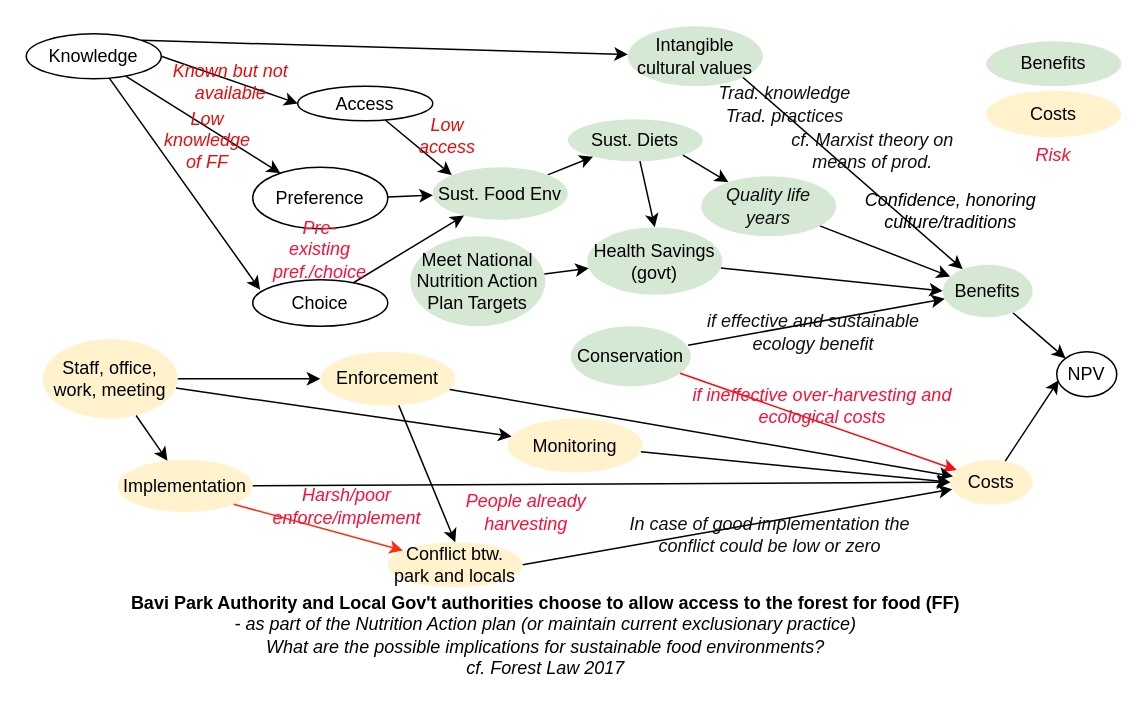
Earlier version of the draw.io diagram Untitled Diagram.drawio (CWWhitney/bavi-forest-access). Source tidied: cells renumbered, new cells numbered last; positions are measured from the earlier drawing's top-left corner, leaving out a move shared by most shapes. Both pictures are drawn from the tidied source at 150%, with x=0, y=0 at pixel (26, 26).
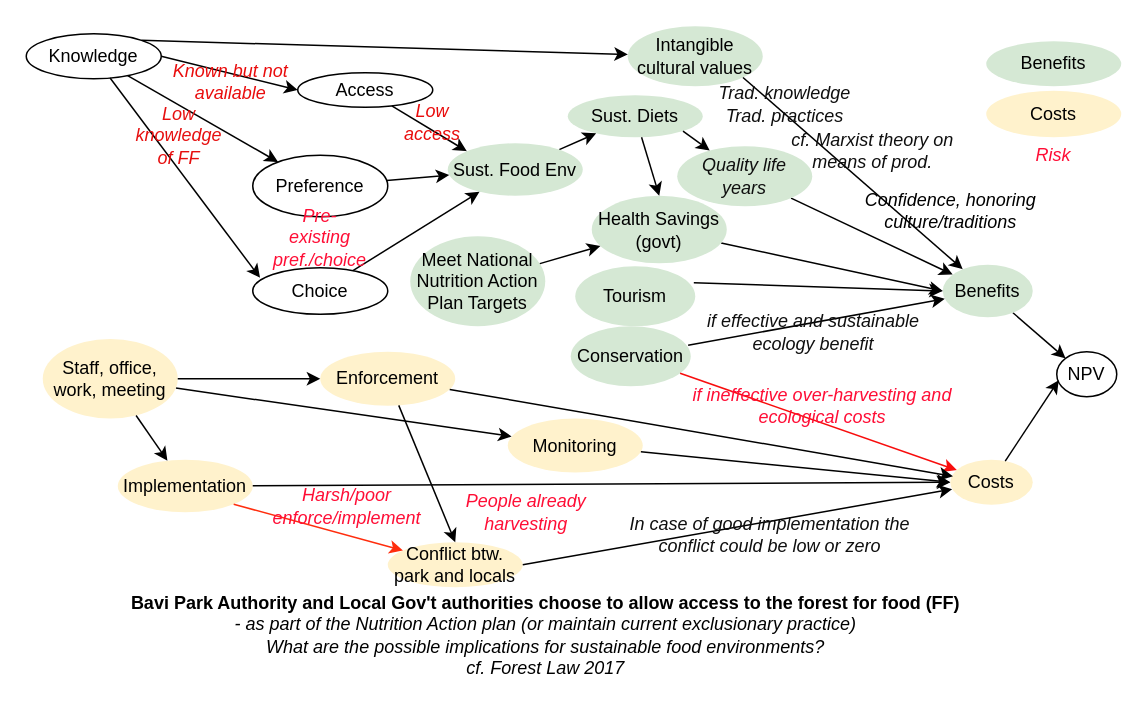
Above is the later version.

Commit message:
Add tourism benefit

The change refers to these unchanged cells:
```xml
<mxCell id="19" value="Benefits" style="ellipse;whiteSpace=wrap;html=1;fillColor=#d5e8d4;strokeColor=none;" parent="1" vertex="1">
  <mxGeometry x="611" y="159" width="60" height="35" as="geometry" />
</mxCell>
```

What changed in the source:
```diff
@@
     <mxCell id="4" value="Sust. Diets" style="ellipse;whiteSpace=wrap;html=1;fillColor=#d5e8d4;strokeColor=none;" parent="1" vertex="1">
-      <mxGeometry x="361" y="62" width="90" height="28" as="geometry" />
+      <mxGeometry x="361" y="46" width="90" height="28" as="geometry" />
     </mxCell>
@@
     <mxCell id="6" value="Sust. Food Env" style="ellipse;whiteSpace=wrap;html=1;fillColor=#d5e8d4;strokeColor=none;" parent="1" vertex="1">
-      <mxGeometry x="271" y="94" width="90" height="35" as="geometry" />
+      <mxGeometry x="281" y="78" width="90" height="35" as="geometry" />
     </mxCell>
@@
     <mxCell id="8" value="&lt;span style=&quot;color: rgb(15, 15, 15); font-style: italic;&quot;&gt;Quality life years&lt;/span&gt;" style="ellipse;whiteSpace=wrap;html=1;fillColor=#d5e8d4;strokeColor=none;" parent="1" vertex="1">
-      <mxGeometry x="450" y="100" width="90" height="40" as="geometry" />
+      <mxGeometry x="434" y="80" width="90" height="40" as="geometry" />
     </mxCell>
@@
     <mxCell id="10" value="Health Savings (govt)" style="ellipse;whiteSpace=wrap;html=1;fillColor=#d5e8d4;strokeColor=none;" parent="1" vertex="1">
-      <mxGeometry x="374" y="134" width="90" height="45" as="geometry" />
+      <mxGeometry x="377" y="113" width="90" height="45" as="geometry" />
     </mxCell>
@@
     <mxCell id="12" value="Access" style="ellipse;whiteSpace=wrap;html=1;" parent="1" vertex="1">
-      <mxGeometry x="181" y="40" width="90" height="23" as="geometry" />
+      <mxGeometry x="181" y="31" width="90" height="23" as="geometry" />
     </mxCell>
     <mxCell id="13" value="Choice" style="ellipse;whiteSpace=wrap;html=1;" parent="1" vertex="1">
-      <mxGeometry x="151" y="169" width="90" height="31" as="geometry" />
+      <mxGeometry x="151" y="161" width="90" height="31" as="geometry" />
     </mxCell>
@@
     <mxCell id="15" value="Preference" style="ellipse;whiteSpace=wrap;html=1;" parent="1" vertex="1">
-      <mxGeometry x="151" y="94" width="90" height="41" as="geometry" />
+      <mxGeometry x="151" y="86" width="90" height="41" as="geometry" />
     </mxCell>
@@
     <mxCell id="31" value="Low knowledge of FF" style="text;html=1;align=center;verticalAlign=middle;whiteSpace=wrap;rounded=0;fontStyle=2;fontColor=#e60f0f;" parent="1" vertex="1">
-      <mxGeometry x="91" y="56" width="60" height="40" as="geometry" />
+      <mxGeometry x="72" y="53" width="60" height="40" as="geometry" />
     </mxCell>
     <mxCell id="32" value="Low access" style="text;html=1;align=center;verticalAlign=middle;whiteSpace=wrap;rounded=0;fontFamily=Helvetica;fontSize=12;fontStyle=2;fontColor=#e90c0c;" parent="1" vertex="1">
-      <mxGeometry x="251" y="62" width="60" height="22" as="geometry" />
+      <mxGeometry x="241" y="53" width="60" height="22" as="geometry" />
     </mxCell>
     <mxCell id="33" value="Pre-existing pref./choice" style="text;html=1;align=center;verticalAlign=middle;whiteSpace=wrap;rounded=0;fontColor=#FF0D35;fontStyle=2;" parent="1" vertex="1">
-      <mxGeometry x="166" y="129" width="60" height="40" as="geometry" />
+      <mxGeometry x="166" y="121" width="60" height="40" as="geometry" />
     </mxCell>
@@
+    <mxCell id="64" value="Tourism" style="ellipse;whiteSpace=wrap;html=1;fillColor=#d5e8d4;strokeColor=none;" parent="1" vertex="1">
+      <mxGeometry x="366" y="160" width="80" height="40" as="geometry" />
+    </mxCell>
+    <mxCell id="65" style="rounded=0;jettySize=auto;html=1;entryX=0;entryY=0.5;entryDx=0;entryDy=0;exitX=0.988;exitY=0.275;exitDx=0;exitDy=0;exitPerimeter=0;" parent="1" edge="1" source="64" target="19">
+      <mxGeometry relative="1" as="geometry" />
+    </mxCell>
```
